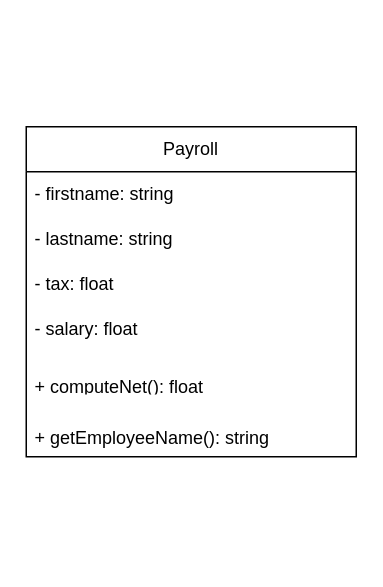
The draw.io diagram Untitled Diagram.drawio in tricia-mj/ITE601-Activities, before the edit. Source tidied: cells renumbered, new cells numbered last; positions are measured from the earlier drawing's top-left corner, leaving out a move shared by most shapes. Both pictures are drawn from the tidied source at 150%, with x=0, y=0 at pixel (26, 126).
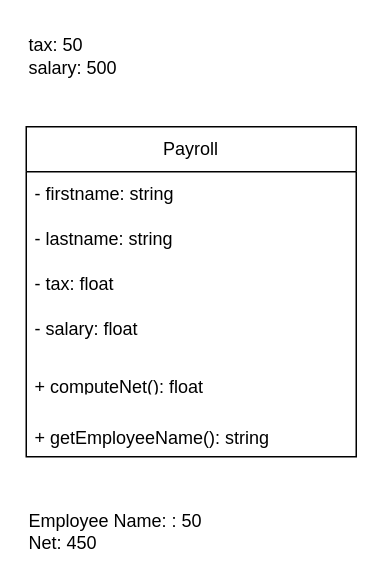
The same diagram, later.

Commit message (it also covers changes not shown here):
UML Diagram (Payroll.php)

The edit, as a diff of the source:
```diff
@@
 <mxGraphModel>
   <root>
     <mxCell id="0" />
     <mxCell id="1" parent="0" />
     <mxCell id="2" value="Payroll" style="swimlane;fontStyle=0;horizontal=1;startSize=30;whiteSpace=wrap;html=1;" parent="1" vertex="1">
       <mxGeometry width="220" height="220" as="geometry" />
     </mxCell>
     <mxCell id="3" value="- firstname: string" style="text;strokeColor=none;fillColor=none;align=left;verticalAlign=middle;spacingLeft=4;spacingRight=4;overflow=hidden;whiteSpace=wrap;html=1;" parent="2" vertex="1">
       <mxGeometry y="30" width="220" height="30" as="geometry" />
     </mxCell>
     <mxCell id="4" value="- lastname: string" style="text;strokeColor=none;fillColor=none;align=left;verticalAlign=middle;spacingLeft=4;spacingRight=4;overflow=hidden;whiteSpace=wrap;html=1;" parent="2" vertex="1">
       <mxGeometry y="60" width="220" height="30" as="geometry" />
     </mxCell>
     <mxCell id="5" value="- tax: float&amp;nbsp;" style="text;strokeColor=none;fillColor=none;align=left;verticalAlign=middle;spacingLeft=4;spacingRight=4;overflow=hidden;whiteSpace=wrap;html=1;" parent="2" vertex="1">
       <mxGeometry y="90" width="220" height="30" as="geometry" />
     </mxCell>
     <mxCell id="6" value="- salary: float&amp;nbsp;" style="text;strokeColor=none;fillColor=none;align=left;verticalAlign=middle;spacingLeft=4;spacingRight=4;overflow=hidden;whiteSpace=wrap;html=1;" parent="2" vertex="1">
       <mxGeometry y="120" width="220" height="30" as="geometry" />
     </mxCell>
     <mxCell id="7" value="&lt;br&gt;+ computeNet(): float&amp;nbsp;" style="text;strokeColor=none;fillColor=none;align=left;verticalAlign=middle;spacingLeft=4;spacingRight=4;overflow=hidden;whiteSpace=wrap;html=1;" parent="2" vertex="1">
       <mxGeometry y="150" width="220" height="30" as="geometry" />
     </mxCell>
     <mxCell id="8" value="&lt;br&gt;+ getEmployeeName(): string" style="text;strokeColor=none;fillColor=none;align=left;verticalAlign=middle;spacingLeft=4;spacingRight=4;overflow=hidden;whiteSpace=wrap;html=1;" parent="2" vertex="1">
       <mxGeometry y="180" width="220" height="40" as="geometry" />
     </mxCell>
+    <mxCell id="9" value="tax: 50&lt;div&gt;salary: 500&lt;/div&gt;" style="text;html=1;align=left;verticalAlign=middle;strokeColor=none;fillColor=none;" parent="1" vertex="1">
+      <mxGeometry y="-67" width="80" height="40" as="geometry" />
+    </mxCell>
+    <mxCell id="10" value="Employee Name: : 50&lt;div&gt;Net: 450&lt;/div&gt;" style="text;html=1;align=left;verticalAlign=middle;strokeColor=none;fillColor=none;" parent="1" vertex="1">
+      <mxGeometry y="250" width="140" height="40" as="geometry" />
+    </mxCell>
   </root>
 </mxGraphModel>
```
